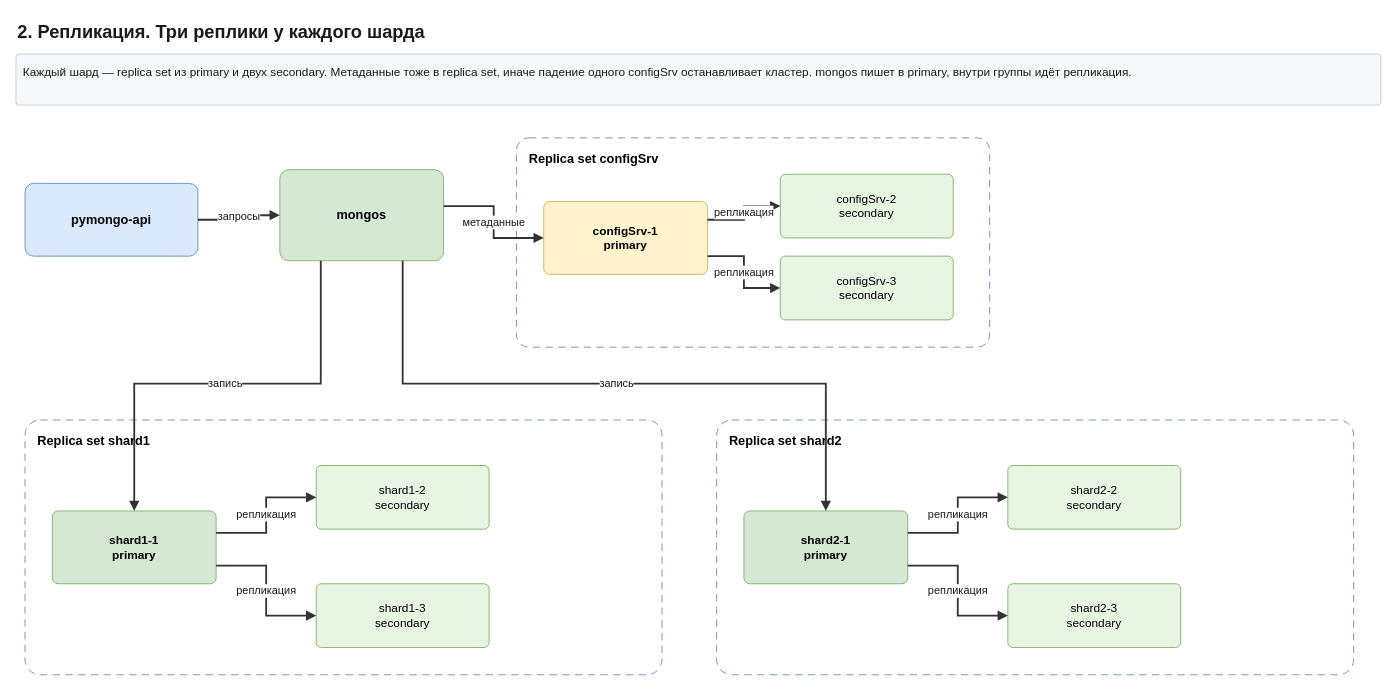
This is page "2. Репликация" (2 of 5) of architecture.drawio from AlexCrush/architecture-pro-black_friday, a draw.io file, before an edit. Source tidied: cells renumbered, new cells numbered last; positions are measured from the earlier drawing's top-left corner, leaving out a move shared by most shapes. Both pictures are drawn from the tidied source at 91%, with x=0, y=0 at pixel (15, 15).
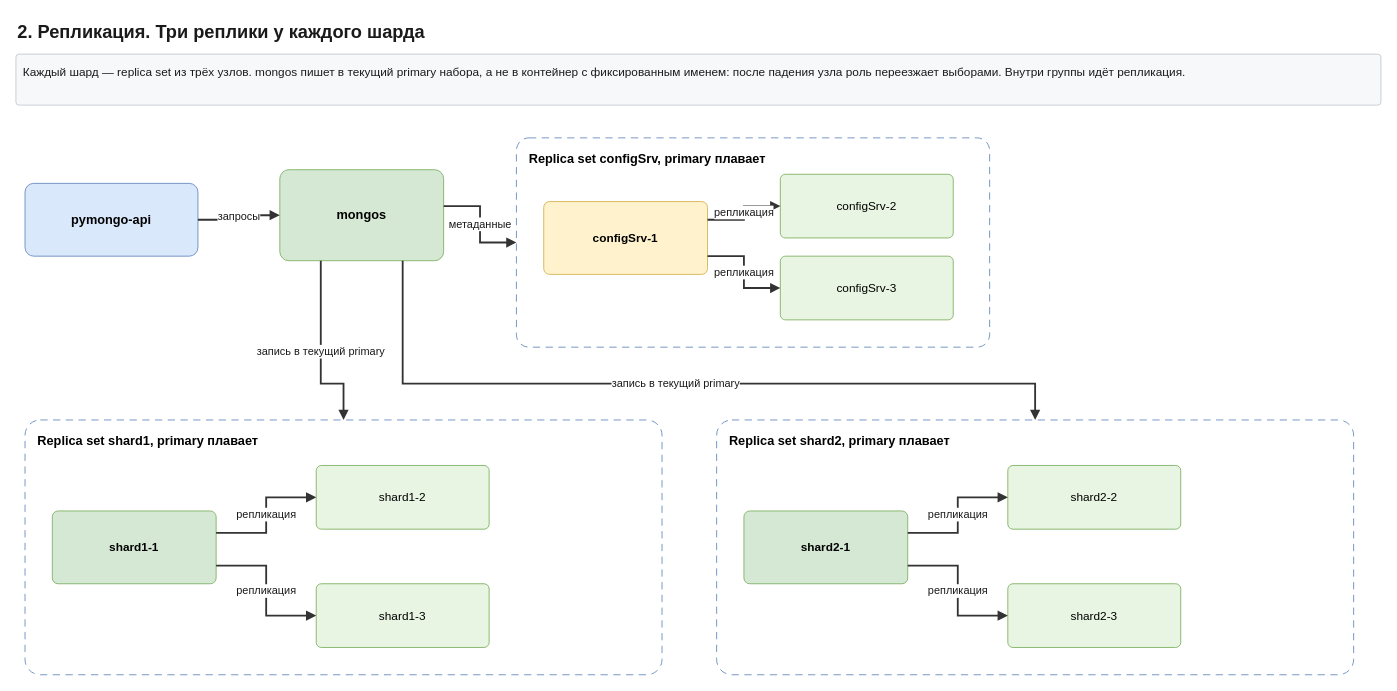
Above is the later version.

Commit message (it also covers changes not shown here):
Схемы: запись идёт в текущий primary replica set, а не в фиксированный контейнер. Пара API Gateway, health check в кластер Consul, реплика Redis и object storage для статики.

Unchanged cells that the change refers to:
```xml
<mxCell id="5" value="mongos" style="rounded=1;whiteSpace=wrap;html=1;arcSize=10;fillColor=#d5e8d4;strokeColor=#82b366;fontSize=14;fontStyle=1;align=center;verticalAlign=middle;" parent="1" vertex="1">
  <mxGeometry x="290" y="169" width="180" height="100" as="geometry" />
</mxCell>
```

What changed in the source:
```diff
@@
-    <mxCell id="3" value="Каждый шард — replica set из primary и двух secondary. Метаданные тоже в replica set, иначе падение одного configSrv останавливает кластер. mongos пишет в primary, внутри группы идёт репликация." style="rounded=1;whiteSpace=wrap;html=1;fillColor=#f7f8fa;fontColor=#1a1a1a;strokeColor=#c5cad3;fontSize=13;align=left;verticalAlign=top;spacing=8;arcSize=6;" parent="1" vertex="1">
+    <mxCell id="3" value="Каждый шард — replica set из трёх узлов. mongos пишет в текущий primary набора, а не в контейнер с фиксированным именем: после падения узла роль переезжает выборами. Внутри группы идёт репликация." style="rounded=1;whiteSpace=wrap;html=1;fillColor=#f7f8fa;fontColor=#1a1a1a;strokeColor=#c5cad3;fontSize=13;align=left;verticalAlign=top;spacing=8;arcSize=6;" parent="1" vertex="1">
       <mxGeometry y="42" width="1500" height="56" as="geometry" />
     </mxCell>
@@
-    <mxCell id="6" value="Replica set configSrv" style="rounded=1;whiteSpace=wrap;html=1;fillColor=none;strokeColor=#6c8ebf;dashed=1;dashPattern=8 6;fontSize=14;fontStyle=1;align=left;verticalAlign=top;spacingLeft=12;spacingTop=8;arcSize=6;" parent="1" vertex="1">
+    <mxCell id="6" value="Replica set configSrv, primary плавает" style="rounded=1;whiteSpace=wrap;html=1;fillColor=none;strokeColor=#6c8ebf;dashed=1;dashPattern=8 6;fontSize=14;fontStyle=1;align=left;verticalAlign=top;spacingLeft=12;spacingTop=8;arcSize=6;" parent="1" vertex="1">
       <mxGeometry x="550" y="134" width="520" height="230" as="geometry" />
     </mxCell>
-    <mxCell id="7" value="configSrv-1&lt;br&gt;primary" style="rounded=1;whiteSpace=wrap;html=1;arcSize=8;fillColor=#fff2cc;strokeColor=#d6b656;fontSize=13;fontStyle=1;align=center;verticalAlign=middle;" parent="1" vertex="1">
+    <mxCell id="7" value="configSrv-1" style="rounded=1;whiteSpace=wrap;html=1;arcSize=8;fillColor=#fff2cc;strokeColor=#d6b656;fontSize=13;fontStyle=1;align=center;verticalAlign=middle;" parent="1" vertex="1">
       <mxGeometry x="580" y="204" width="180" height="80" as="geometry" />
     </mxCell>
-    <mxCell id="8" value="configSrv-2&lt;br&gt;secondary" style="rounded=1;whiteSpace=wrap;html=1;arcSize=8;fillColor=#e8f5e3;strokeColor=#82b366;fontSize=13;align=center;verticalAlign=middle;" parent="1" vertex="1">
+    <mxCell id="8" value="configSrv-2" style="rounded=1;whiteSpace=wrap;html=1;arcSize=8;fillColor=#e8f5e3;strokeColor=#82b366;fontSize=13;align=center;verticalAlign=middle;" parent="1" vertex="1">
       <mxGeometry x="840" y="174" width="190" height="70" as="geometry" />
     </mxCell>
-    <mxCell id="9" value="configSrv-3&lt;br&gt;secondary" style="rounded=1;whiteSpace=wrap;html=1;arcSize=8;fillColor=#e8f5e3;strokeColor=#82b366;fontSize=13;align=center;verticalAlign=middle;" parent="1" vertex="1">
+    <mxCell id="9" value="configSrv-3" style="rounded=1;whiteSpace=wrap;html=1;arcSize=8;fillColor=#e8f5e3;strokeColor=#82b366;fontSize=13;align=center;verticalAlign=middle;" parent="1" vertex="1">
       <mxGeometry x="840" y="264" width="190" height="70" as="geometry" />
     </mxCell>
-    <mxCell id="10" value="Replica set shard1" style="rounded=1;whiteSpace=wrap;html=1;fillColor=none;strokeColor=#6c8ebf;dashed=1;dashPattern=8 6;fontSize=14;fontStyle=1;align=left;verticalAlign=top;spacingLeft=12;spacingTop=8;arcSize=6;" parent="1" vertex="1">
+    <mxCell id="10" value="Replica set shard1, primary плавает" style="rounded=1;whiteSpace=wrap;html=1;fillColor=none;strokeColor=#6c8ebf;dashed=1;dashPattern=8 6;fontSize=14;fontStyle=1;align=left;verticalAlign=top;spacingLeft=12;spacingTop=8;arcSize=6;" parent="1" vertex="1">
       <mxGeometry x="10" y="444" width="700" height="280" as="geometry" />
     </mxCell>
-    <mxCell id="11" value="shard1-1&lt;br&gt;primary" style="rounded=1;whiteSpace=wrap;html=1;arcSize=8;fillColor=#d5e8d4;strokeColor=#82b366;fontSize=13;fontStyle=1;align=center;verticalAlign=middle;" parent="1" vertex="1">
+    <mxCell id="11" value="shard1-1" style="rounded=1;whiteSpace=wrap;html=1;arcSize=8;fillColor=#d5e8d4;strokeColor=#82b366;fontSize=13;fontStyle=1;align=center;verticalAlign=middle;" parent="1" vertex="1">
       <mxGeometry x="40" y="544" width="180" height="80" as="geometry" />
     </mxCell>
-    <mxCell id="12" value="shard1-2&lt;br&gt;secondary" style="rounded=1;whiteSpace=wrap;html=1;arcSize=8;fillColor=#e8f5e3;strokeColor=#82b366;fontSize=13;align=center;verticalAlign=middle;" parent="1" vertex="1">
+    <mxCell id="12" value="shard1-2" style="rounded=1;whiteSpace=wrap;html=1;arcSize=8;fillColor=#e8f5e3;strokeColor=#82b366;fontSize=13;align=center;verticalAlign=middle;" parent="1" vertex="1">
       <mxGeometry x="330" y="494" width="190" height="70" as="geometry" />
     </mxCell>
-    <mxCell id="13" value="shard1-3&lt;br&gt;secondary" style="rounded=1;whiteSpace=wrap;html=1;arcSize=8;fillColor=#e8f5e3;strokeColor=#82b366;fontSize=13;align=center;verticalAlign=middle;" parent="1" vertex="1">
+    <mxCell id="13" value="shard1-3" style="rounded=1;whiteSpace=wrap;html=1;arcSize=8;fillColor=#e8f5e3;strokeColor=#82b366;fontSize=13;align=center;verticalAlign=middle;" parent="1" vertex="1">
       <mxGeometry x="330" y="624" width="190" height="70" as="geometry" />
     </mxCell>
-    <mxCell id="14" value="Replica set shard2" style="rounded=1;whiteSpace=wrap;html=1;fillColor=none;strokeColor=#6c8ebf;dashed=1;dashPattern=8 6;fontSize=14;fontStyle=1;align=left;verticalAlign=top;spacingLeft=12;spacingTop=8;arcSize=6;" parent="1" vertex="1">
+    <mxCell id="14" value="Replica set shard2, primary плавает" style="rounded=1;whiteSpace=wrap;html=1;fillColor=none;strokeColor=#6c8ebf;dashed=1;dashPattern=8 6;fontSize=14;fontStyle=1;align=left;verticalAlign=top;spacingLeft=12;spacingTop=8;arcSize=6;" parent="1" vertex="1">
       <mxGeometry x="770" y="444" width="700" height="280" as="geometry" />
     </mxCell>
-    <mxCell id="15" value="shard2-1&lt;br&gt;primary" style="rounded=1;whiteSpace=wrap;html=1;arcSize=8;fillColor=#d5e8d4;strokeColor=#82b366;fontSize=13;fontStyle=1;align=center;verticalAlign=middle;" parent="1" vertex="1">
+    <mxCell id="15" value="shard2-1" style="rounded=1;whiteSpace=wrap;html=1;arcSize=8;fillColor=#d5e8d4;strokeColor=#82b366;fontSize=13;fontStyle=1;align=center;verticalAlign=middle;" parent="1" vertex="1">
       <mxGeometry x="800" y="544" width="180" height="80" as="geometry" />
     </mxCell>
-    <mxCell id="16" value="shard2-2&lt;br&gt;secondary" style="rounded=1;whiteSpace=wrap;html=1;arcSize=8;fillColor=#e8f5e3;strokeColor=#82b366;fontSize=13;align=center;verticalAlign=middle;" parent="1" vertex="1">
+    <mxCell id="16" value="shard2-2" style="rounded=1;whiteSpace=wrap;html=1;arcSize=8;fillColor=#e8f5e3;strokeColor=#82b366;fontSize=13;align=center;verticalAlign=middle;" parent="1" vertex="1">
       <mxGeometry x="1090" y="494" width="190" height="70" as="geometry" />
     </mxCell>
-    <mxCell id="17" value="shard2-3&lt;br&gt;secondary" style="rounded=1;whiteSpace=wrap;html=1;arcSize=8;fillColor=#e8f5e3;strokeColor=#82b366;fontSize=13;align=center;verticalAlign=middle;" parent="1" vertex="1">
+    <mxCell id="17" value="shard2-3" style="rounded=1;whiteSpace=wrap;html=1;arcSize=8;fillColor=#e8f5e3;strokeColor=#82b366;fontSize=13;align=center;verticalAlign=middle;" parent="1" vertex="1">
       <mxGeometry x="1090" y="624" width="190" height="70" as="geometry" />
     </mxCell>
@@
-    <mxCell id="19" value="метаданные" style="edgeStyle=orthogonalEdgeStyle;rounded=0;jettySize=auto;html=1;endArrow=block;endFill=1;strokeWidth=2;strokeColor=#333333;fontSize=12;fontColor=#1a1a1a;labelBackgroundColor=#ffffff;exitX=1;exitY=0.4;exitDx=0;exitDy=0;entryX=0;entryY=0.5;entryDx=0;entryDy=0;" parent="1" edge="1" source="5" target="7">
+    <mxCell id="19" value="метаданные" style="edgeStyle=orthogonalEdgeStyle;rounded=0;jettySize=auto;html=1;endArrow=block;endFill=1;strokeWidth=2;strokeColor=#333333;fontSize=12;fontColor=#1a1a1a;labelBackgroundColor=#ffffff;exitX=1;exitY=0.4;exitDx=0;exitDy=0;entryX=0;entryY=0.5;entryDx=0;entryDy=0;" parent="1" edge="1" source="5" target="6">
       <mxGeometry relative="1" as="geometry" />
     </mxCell>
@@
-    <mxCell id="22" value="запись" style="edgeStyle=orthogonalEdgeStyle;rounded=0;jettySize=auto;html=1;endArrow=block;endFill=1;strokeWidth=2;strokeColor=#333333;fontSize=12;fontColor=#1a1a1a;labelBackgroundColor=#ffffff;exitX=0.25;exitY=1;exitDx=0;exitDy=0;entryX=0.5;entryY=0;entryDx=0;entryDy=0;" parent="1" edge="1" source="5" target="11">
+    <mxCell id="22" value="запись в текущий primary" style="edgeStyle=orthogonalEdgeStyle;rounded=0;jettySize=auto;html=1;endArrow=block;endFill=1;strokeWidth=2;strokeColor=#333333;fontSize=12;fontColor=#1a1a1a;labelBackgroundColor=#ffffff;exitX=0.25;exitY=1;exitDx=0;exitDy=0;entryX=0.5;entryY=0;entryDx=0;entryDy=0;" parent="1" edge="1" source="5" target="10">
       <mxGeometry relative="1" as="geometry">
         <Array as="points">
           <mxPoint x="335" y="404" />
-          <mxPoint x="130" y="404" />
+          <mxPoint x="360" y="404" />
         </Array>
       </mxGeometry>
     </mxCell>
-    <mxCell id="23" value="запись" style="edgeStyle=orthogonalEdgeStyle;rounded=0;jettySize=auto;html=1;endArrow=block;endFill=1;strokeWidth=2;strokeColor=#333333;fontSize=12;fontColor=#1a1a1a;labelBackgroundColor=#ffffff;exitX=0.75;exitY=1;exitDx=0;exitDy=0;entryX=0.5;entryY=0;entryDx=0;entryDy=0;" parent="1" edge="1" source="5" target="15">
+    <mxCell id="23" value="запись в текущий primary" style="edgeStyle=orthogonalEdgeStyle;rounded=0;jettySize=auto;html=1;endArrow=block;endFill=1;strokeWidth=2;strokeColor=#333333;fontSize=12;fontColor=#1a1a1a;labelBackgroundColor=#ffffff;exitX=0.75;exitY=1;exitDx=0;exitDy=0;entryX=0.5;entryY=0;entryDx=0;entryDy=0;" parent="1" edge="1" source="5" target="14">
       <mxGeometry relative="1" as="geometry">
         <Array as="points">
           <mxPoint x="425" y="404" />
-          <mxPoint x="890" y="404" />
+          <mxPoint x="1120" y="404" />
         </Array>
       </mxGeometry>
     </mxCell>
```
